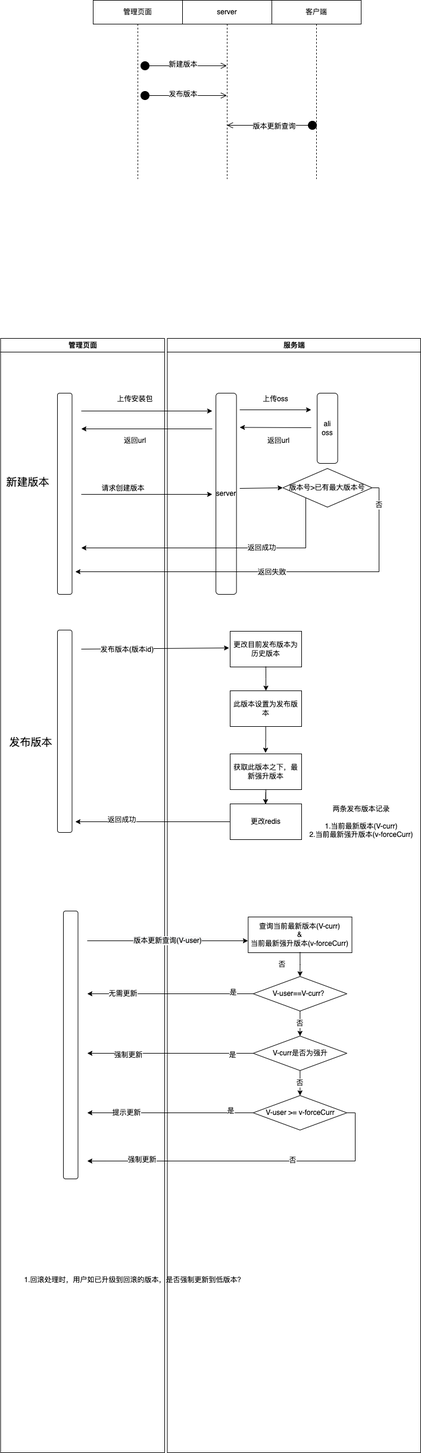
Earlier version of the draw.io export ota-create-version.drawio.png (lh-hugh/mocha-demos). Source tidied: cells renumbered, new cells last; positions are measured from the earlier drawing's top-left corner, leaving out a move shared by most shapes.
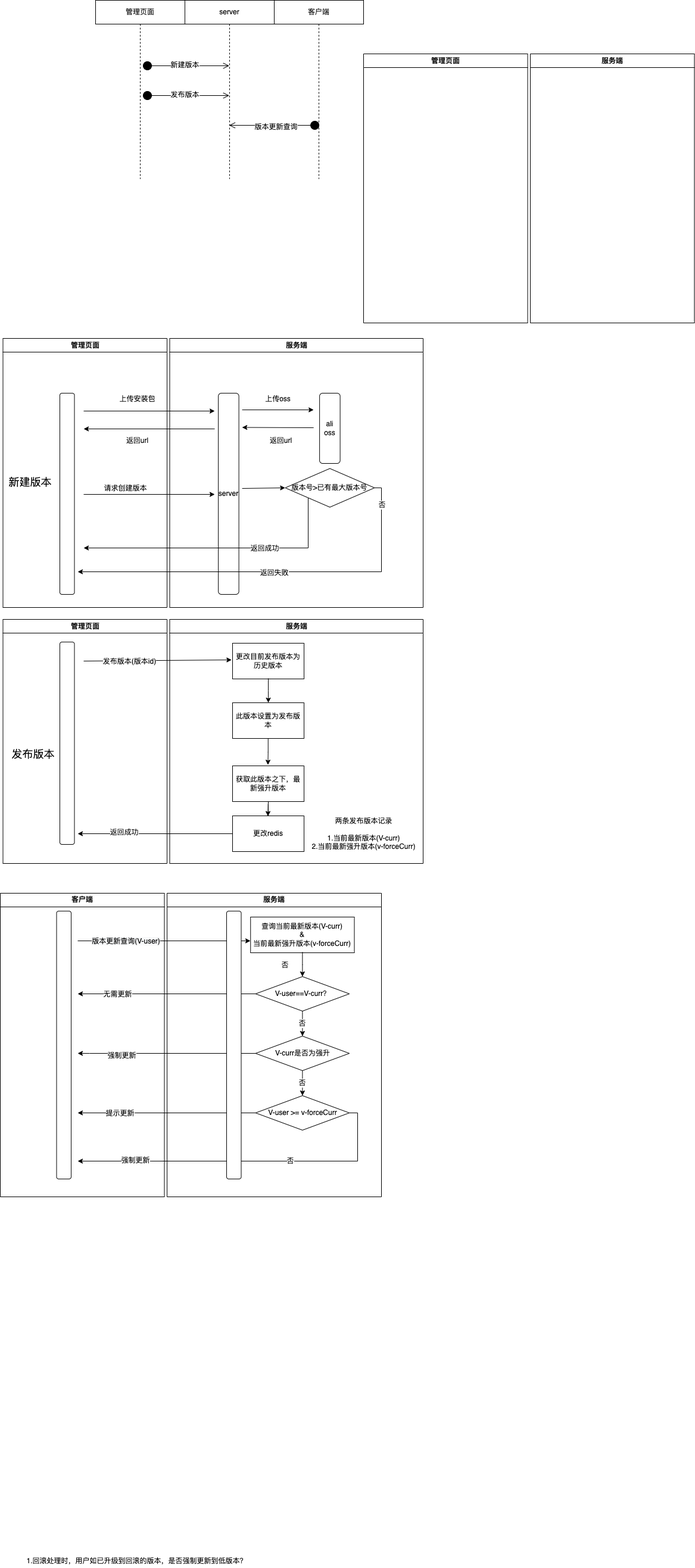
After the commit.

The edit, as a diff of the source:
```diff
@@ -3,7 +3,7 @@
     <mxCell id="0" />
     <mxCell id="1" parent="0" />
     <mxCell id="2" value="管理页面" style="swimlane;whiteSpace=wrap;" parent="1" vertex="1">
-      <mxGeometry x="0.5" y="568" width="275.5" height="1872" as="geometry" />
+      <mxGeometry x="0.5" y="568" width="275.5" height="452" as="geometry" />
     </mxCell>
     <mxCell id="3" style="rounded=1;whiteSpace=wrap;html=1;" parent="2" vertex="1">
       <mxGeometry x="95.5" y="92" width="24.5" height="338" as="geometry" />
@@ -24,19 +24,16 @@
       <mxGeometry x="160.5" y="242" width="90" height="20" as="geometry" />
     </mxCell>
     <mxCell id="8" style="rounded=1;whiteSpace=wrap;html=1;" parent="2" vertex="1">
-      <mxGeometry x="95.5" y="490" width="24.5" height="340" as="geometry" />
+      <mxGeometry x="95.5" y="510" width="24.5" height="340" as="geometry" />
     </mxCell>
     <mxCell id="9" value="&lt;font style=&quot;font-size: 18px&quot;&gt;新建版本&lt;br&gt;&lt;br&gt;&lt;/font&gt;" style="text;html=1;align=center;verticalAlign=middle;strokeColor=none;fillColor=none;" parent="2" vertex="1">
       <mxGeometry y="232" width="90" height="40" as="geometry" />
     </mxCell>
     <mxCell id="10" value="&lt;span style=&quot;font-size: 18px&quot;&gt;发布版本&lt;/span&gt;" style="text;html=1;align=center;verticalAlign=middle;strokeColor=none;fillColor=none;" parent="2" vertex="1">
-      <mxGeometry x="5.5" y="668" width="90" height="20" as="geometry" />
+      <mxGeometry x="5.5" y="688" width="90" height="20" as="geometry" />
     </mxCell>
-    <mxCell id="11" value="1.回滚处理时，用户如已升级到回滚的版本，是否强制更新到低版本？" style="text;html=1;align=center;verticalAlign=middle;strokeColor=none;fillColor=none;fontSize=11;" parent="2" vertex="1">
-      <mxGeometry x="29.5" y="1572" width="390" height="20" as="geometry" />
-    </mxCell>
     <mxCell id="12" value="服务端" style="swimlane;whiteSpace=wrap;" parent="1" vertex="1">
-      <mxGeometry x="280.5" y="568" width="425.5" height="1872" as="geometry" />
+      <mxGeometry x="280.5" y="568" width="425.5" height="452" as="geometry" />
     </mxCell>
     <mxCell id="13" value="ali oss" style="rounded=1;whiteSpace=wrap;html=1;" parent="12" vertex="1">
       <mxGeometry x="251.6" y="92" width="34.5" height="118" as="geometry" />
@@ -87,11 +84,11 @@
       <mxGeometry relative="1" as="geometry" />
     </mxCell>
     <mxCell id="27" value="更改目前发布版本为历史版本" style="whiteSpace=wrap;html=1;fillColor=rgb(255, 255, 255);strokeColor=rgb(0, 0, 0);fontColor=rgb(0, 0, 0);" parent="12" vertex="1">
-      <mxGeometry x="105.5" y="492" width="120" height="60" as="geometry" />
+      <mxGeometry x="105.5" y="512" width="120" height="60" as="geometry" />
     </mxCell>
     <mxCell id="28" style="edgeStyle=orthogonalEdgeStyle;rounded=0;jettySize=auto;html=1;exitX=0.5;exitY=0.983;exitDx=0;exitDy=0;exitPerimeter=0;" parent="12" edge="1" source="27">
       <mxGeometry relative="1" as="geometry">
-        <mxPoint x="165.5" y="592" as="targetPoint" />
+        <mxPoint x="165.5" y="612" as="targetPoint" />
       </mxGeometry>
     </mxCell>
     <mxCell id="29" value="否" style="edgeLabel;html=1;align=center;verticalAlign=middle;" parent="12" vertex="1">
@@ -100,34 +97,34 @@
       </mxGeometry>
     </mxCell>
     <mxCell id="30" value="&lt;span&gt;此版本设置为发布版本&lt;/span&gt;" style="whiteSpace=wrap;html=1;fillColor=rgb(255, 255, 255);strokeColor=rgb(0, 0, 0);fontColor=rgb(0, 0, 0);" parent="12" vertex="1">
-      <mxGeometry x="105.5" y="592" width="120" height="60" as="geometry" />
+      <mxGeometry x="105.5" y="612" width="120" height="60" as="geometry" />
     </mxCell>
     <mxCell id="31" style="edgeStyle=orthogonalEdgeStyle;rounded=0;jettySize=auto;html=1;fontSize=11;" parent="12" edge="1" source="32" target="34">
       <mxGeometry relative="1" as="geometry">
         <Array as="points">
-          <mxPoint x="165.8" y="762" />
-          <mxPoint x="165.8" y="762" />
+          <mxPoint x="165.8" y="782" />
+          <mxPoint x="165.8" y="782" />
         </Array>
       </mxGeometry>
     </mxCell>
     <mxCell id="32" value="&lt;span&gt;获取此版本之下，最新强升版本&lt;/span&gt;" style="whiteSpace=wrap;html=1;fillColor=rgb(255, 255, 255);strokeColor=rgb(0, 0, 0);fontColor=rgb(0, 0, 0);" parent="12" vertex="1">
-      <mxGeometry x="105.5" y="698" width="120" height="60" as="geometry" />
+      <mxGeometry x="105.5" y="718" width="120" height="60" as="geometry" />
     </mxCell>
     <mxCell id="33" style="edgeStyle=orthogonalEdgeStyle;rounded=0;jettySize=auto;html=1;fontSize=11;entryX=0.495;entryY=-0.028;entryDx=0;entryDy=0;entryPerimeter=0;" parent="12" edge="1" target="32">
       <mxGeometry relative="1" as="geometry">
-        <mxPoint x="165.2" y="652" as="sourcePoint" />
+        <mxPoint x="165.2" y="672" as="sourcePoint" />
       </mxGeometry>
     </mxCell>
     <mxCell id="34" value="更改redis&lt;br&gt;" style="whiteSpace=wrap;html=1;fillColor=rgb(255, 255, 255);strokeColor=rgb(0, 0, 0);fontColor=rgb(0, 0, 0);" parent="12" vertex="1">
-      <mxGeometry x="105.5" y="782" width="120" height="60" as="geometry" />
+      <mxGeometry x="105.5" y="802" width="120" height="60" as="geometry" />
     </mxCell>
     <mxCell id="35" style="edgeStyle=orthogonalEdgeStyle;rounded=0;jettySize=auto;html=1;fontSize=11;entryX=0.495;entryY=0.01;entryDx=0;entryDy=0;entryPerimeter=0;" parent="12" edge="1" target="34">
       <mxGeometry relative="1" as="geometry">
-        <mxPoint x="165.2" y="762" as="sourcePoint" />
+        <mxPoint x="165.2" y="782" as="sourcePoint" />
       </mxGeometry>
     </mxCell>
     <mxCell id="36" value="两条发布版本记录&lt;br&gt;&lt;br&gt;1.当前最新版本(&lt;span style=&quot;font-size: 12px&quot;&gt;V-curr&lt;/span&gt;)&lt;br&gt;2.当前最新强升版本(&lt;span style=&quot;font-size: 12px&quot;&gt;v-forceCurr&lt;/span&gt;)" style="text;html=1;align=center;verticalAlign=middle;strokeColor=none;fillColor=none;fontSize=11;" parent="12" vertex="1">
-      <mxGeometry x="230" y="782" width="190" height="60" as="geometry" />
+      <mxGeometry x="230" y="802" width="190" height="60" as="geometry" />
     </mxCell>
     <mxCell id="37" style="endArrow=classic;html=1;rounded=0;" parent="1" edge="1">
       <mxGeometry relative="1" as="geometry">
@@ -146,15 +143,17 @@
         <mxPoint x="402.1" y="820" as="sourcePoint" />
       </mxGeometry>
     </mxCell>
-    <mxCell id="40" style="rounded=1;whiteSpace=wrap;html=1;" parent="1" vertex="1">
-      <mxGeometry x="106" y="1530" width="24.5" height="450" as="geometry" />
-    </mxCell>
-    <mxCell id="41" value="&lt;span style=&quot;font-size: 12px ; background-color: rgb(248 , 249 , 250)&quot;&gt;版本更新查询(V-user)&lt;/span&gt;" style="endArrow=classic;html=1;rounded=0;" parent="1" edge="1">
+    <mxCell id="41" style="endArrow=classic;html=1;rounded=0;" parent="1" edge="1">
       <mxGeometry relative="1" as="geometry">
-        <mxPoint x="146" y="1580" as="sourcePoint" />
+        <mxPoint x="126" y="1580" as="sourcePoint" />
         <mxPoint x="416" y="1580" as="targetPoint" />
       </mxGeometry>
     </mxCell>
+    <mxCell id="72" value="&lt;span style=&quot;font-size: 12px ; background-color: rgb(248 , 249 , 250)&quot;&gt;版本更新查询(V-user)&lt;/span&gt;" style="edgeLabel;html=1;align=center;verticalAlign=middle;fontSize=11;" parent="41" vertex="1">
+      <mxGeometry x="-0.74" y="2" relative="1" as="geometry">
+        <mxPoint x="43" y="2" as="offset" />
+      </mxGeometry>
+    </mxCell>
     <mxCell id="42" style="edgeStyle=orthogonalEdgeStyle;rounded=0;jettySize=auto;html=1;exitX=1;exitY=0.5;exitDx=0;exitDy=0;" parent="1" edge="1" source="19">
       <mxGeometry relative="1" as="geometry">
         <mxPoint x="126" y="960" as="targetPoint" />
@@ -176,7 +175,7 @@
     </mxCell>
     <mxCell id="45" style="edgeStyle=orthogonalEdgeStyle;rounded=0;jettySize=auto;html=1;" parent="1" edge="1" source="21">
       <mxGeometry relative="1" as="geometry">
-        <mxPoint x="146" y="1669" as="targetPoint" />
+        <mxPoint x="126" y="1669" as="targetPoint" />
       </mxGeometry>
     </mxCell>
     <mxCell id="46" value="是" style="edgeLabel;html=1;align=center;verticalAlign=middle;" parent="45" vertex="1">
@@ -191,7 +190,7 @@
     </mxCell>
     <mxCell id="48" style="edgeStyle=orthogonalEdgeStyle;rounded=0;jettySize=auto;html=1;" parent="1" edge="1" source="23">
       <mxGeometry relative="1" as="geometry">
-        <mxPoint x="146" y="1769" as="targetPoint" />
+        <mxPoint x="126" y="1769" as="targetPoint" />
         <Array as="points">
           <mxPoint x="146" y="1769" />
         </Array>
@@ -207,7 +206,7 @@
     </mxCell>
     <mxCell id="51" style="edgeStyle=orthogonalEdgeStyle;rounded=0;jettySize=auto;html=1;" parent="1" edge="1" source="25">
       <mxGeometry relative="1" as="geometry">
-        <mxPoint x="146" y="1869" as="targetPoint" />
+        <mxPoint x="126" y="1869" as="targetPoint" />
       </mxGeometry>
     </mxCell>
     <mxCell id="52" value="是" style="edgeLabel;html=1;align=center;verticalAlign=middle;" parent="51" vertex="1">
@@ -220,7 +219,7 @@
     </mxCell>
     <mxCell id="54" style="edgeStyle=orthogonalEdgeStyle;rounded=0;jettySize=auto;html=1;" parent="1" edge="1" source="25">
       <mxGeometry relative="1" as="geometry">
-        <mxPoint x="146" y="1950" as="targetPoint" />
+        <mxPoint x="126" y="1950" as="targetPoint" />
         <Array as="points">
           <mxPoint x="596" y="1950" />
         </Array>
@@ -236,7 +235,7 @@
     </mxCell>
     <mxCell id="57" style="endArrow=classic;html=1;rounded=0;fontSize=18;entryX=-0.014;entryY=0.467;entryDx=0;entryDy=0;entryPerimeter=0;" parent="1" edge="1" target="27">
       <mxGeometry relative="1" as="geometry">
-        <mxPoint x="136" y="1090" as="sourcePoint" />
+        <mxPoint x="136" y="1110" as="sourcePoint" />
       </mxGeometry>
     </mxCell>
     <mxCell id="58" value="&lt;font style=&quot;font-size: 11px&quot;&gt;发布版本(版本id)&lt;/font&gt;" style="edgeLabel;html=1;align=center;verticalAlign=middle;fontSize=18;" parent="57" vertex="1">
@@ -244,8 +243,8 @@
     </mxCell>
     <mxCell id="59" style="edgeStyle=orthogonalEdgeStyle;rounded=0;orthogonalLoop=1;jettySize=auto;html=1;fontSize=11;" parent="1" edge="1">
       <mxGeometry relative="1" as="geometry">
-        <mxPoint x="386" y="1380" as="sourcePoint" />
-        <mxPoint x="126" y="1380" as="targetPoint" />
+        <mxPoint x="386" y="1400" as="sourcePoint" />
+        <mxPoint x="126" y="1400" as="targetPoint" />
       </mxGeometry>
     </mxCell>
     <mxCell id="60" value="返回成功" style="edgeLabel;html=1;align=center;verticalAlign=middle;fontSize=11;" parent="59" vertex="1">
@@ -311,5 +310,32 @@
         <mxPoint x="-12" as="offset" />
       </mxGeometry>
     </mxCell>
+    <mxCell id="73" value="管理页面" style="swimlane;whiteSpace=wrap;" parent="1" vertex="1">
+      <mxGeometry x="606" y="90" width="275.5" height="452" as="geometry" />
+    </mxCell>
+    <mxCell id="74" value="服务端" style="swimlane;whiteSpace=wrap;" parent="1" vertex="1">
+      <mxGeometry x="886" y="90" width="275.5" height="452" as="geometry" />
+    </mxCell>
+    <mxCell id="75" value="管理页面" style="swimlane;whiteSpace=wrap;" parent="1" vertex="1">
+      <mxGeometry x="0.5" y="1040" width="275.5" height="410" as="geometry" />
+    </mxCell>
+    <mxCell id="11" value="1.回滚处理时，用户如已升级到回滚的版本，是否强制更新到低版本？" style="text;html=1;align=center;verticalAlign=middle;strokeColor=none;fillColor=none;fontSize=11;" parent="75" vertex="1">
+      <mxGeometry x="29.5" y="1572" width="390" height="20" as="geometry" />
+    </mxCell>
+    <mxCell id="76" value="服务端" style="swimlane;whiteSpace=wrap;" parent="1" vertex="1">
+      <mxGeometry x="280.5" y="1040" width="425.5" height="410" as="geometry" />
+    </mxCell>
+    <mxCell id="77" style="rounded=1;whiteSpace=wrap;html=1;" parent="76" vertex="1">
+      <mxGeometry x="95.5" y="490" width="24.5" height="450" as="geometry" />
+    </mxCell>
+    <mxCell id="78" value="客户端" style="swimlane;whiteSpace=wrap;" parent="1" vertex="1">
+      <mxGeometry x="-4" y="1500" width="275.5" height="510" as="geometry" />
+    </mxCell>
+    <mxCell id="40" style="rounded=1;whiteSpace=wrap;html=1;" parent="78" vertex="1">
+      <mxGeometry x="94.5" y="30" width="24.5" height="450" as="geometry" />
+    </mxCell>
+    <mxCell id="79" value="服务端" style="swimlane;whiteSpace=wrap;" parent="1" vertex="1">
+      <mxGeometry x="276" y="1500" width="360" height="510" as="geometry" />
+    </mxCell>
   </root>
 </mxGraphModel>
```
